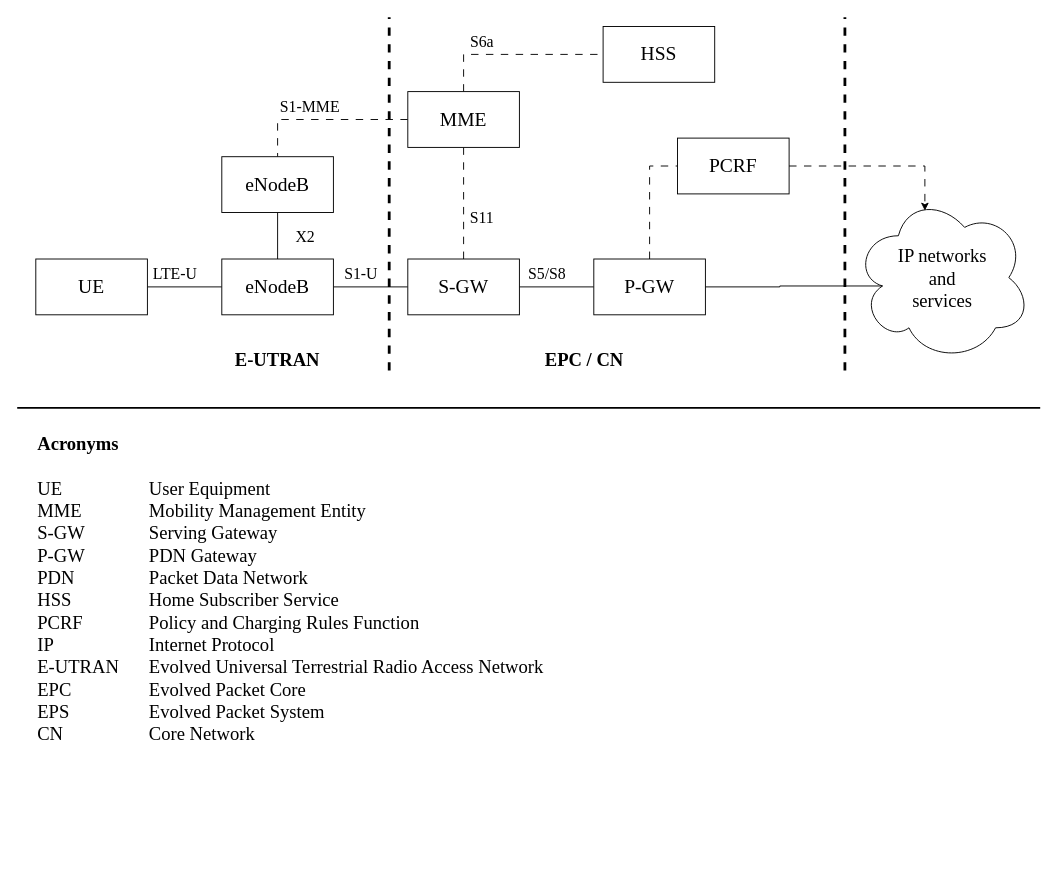
This is page "4G Arch" (1 of 3) of OFDM.drawio from troders34/research, a draw.io file, before an edit. Source tidied: cells renumbered, new cells numbered last; positions are measured from the earlier drawing's top-left corner, leaving out a move shared by most shapes. Both pictures are drawn from the tidied source at 93%, with x=0, y=0 at pixel (17, 17).
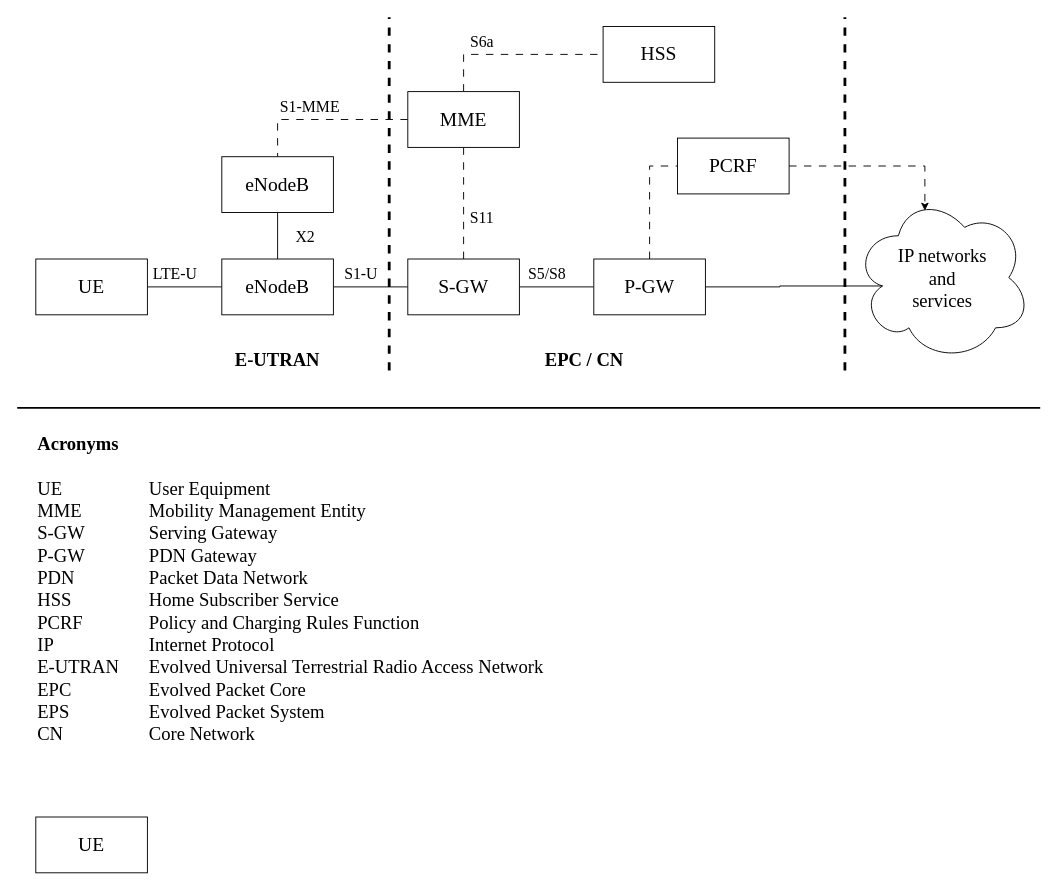
The same page after the edit.

What changed in the source:
```diff
@@
+    <mxCell id="34" value="UE" style="rounded=0;whiteSpace=wrap;html=1;fontFamily=Times New Roman;verticalAlign=middle;fontSize=21;" parent="1" vertex="1">
+      <mxGeometry x="20" y="860" width="120" height="60" as="geometry" />
+    </mxCell>
```
